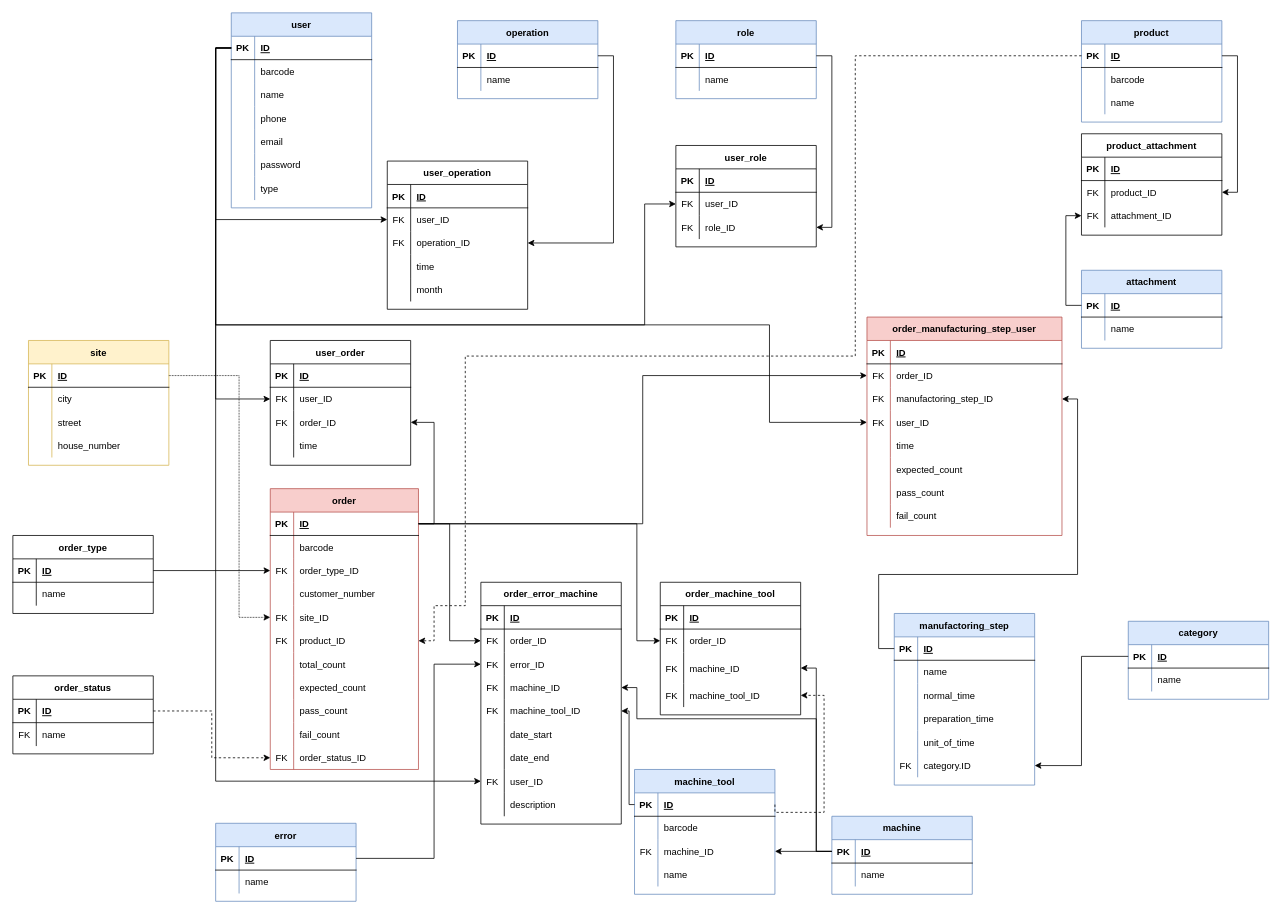
KerteszZoltan/mesterminal keeps this draw.io diagram as DOC/diagrams/database_plan_2_0_0.drawio. Above is the earlier version. Source tidied: cells renumbered, new cells numbered last; positions are measured from the earlier drawing's top-left corner, leaving out a move shared by most shapes. Both pictures are drawn from the tidied source at 78%, with x=0, y=0 at pixel (12, 12).
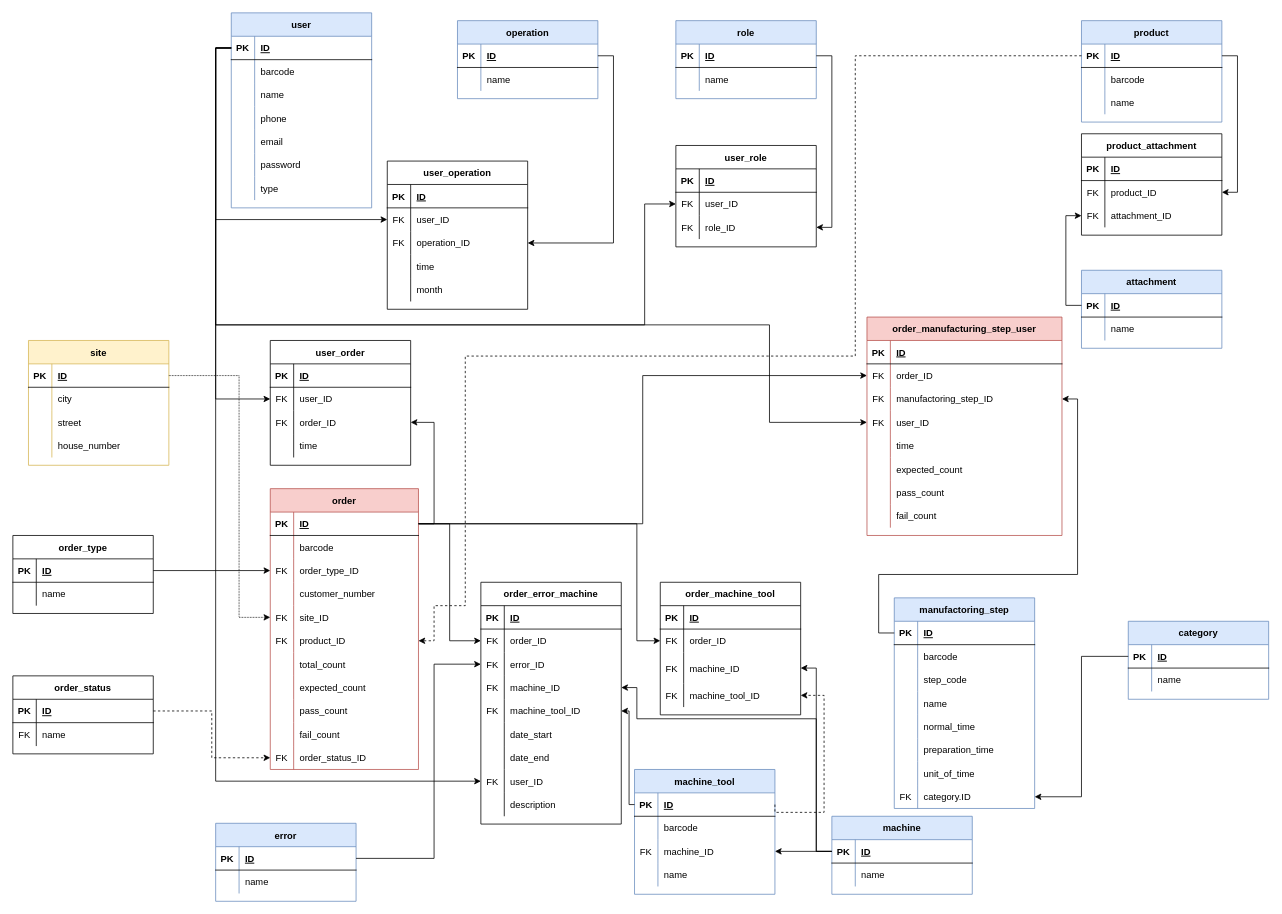
Above is the later version.

Commit message:
manufacturing_step add barcode, step_code

The change refers to these unchanged cells:
```xml
<mxCell id="225" style="shape=partialRectangle;fillColor=none;top=0;left=0;bottom=1;right=0;points=[[0,0.5],[1,0.5]];portConstraint=eastwest;" parent="224" vertex="1">
  <mxGeometry y="30" width="180" height="30" as="geometry" />
</mxCell>
<mxCell id="258" style="shape=partialRectangle;fillColor=none;top=0;left=0;bottom=0;right=0;points=[[0,0.5],[1,0.5]];portConstraint=eastwest;" parent="251" vertex="1">
  <mxGeometry y="90" width="250" height="30" as="geometry" />
</mxCell>
```

Diff of the diagram source:
```diff
@@
     <mxCell id="224" value="manufactoring_step" style="shape=table;startSize=30;childLayout=tableLayout;rowLines=0;fontStyle=1;align=center;fillColor=#dae8fc;strokeColor=#6c8ebf;" parent="1" vertex="1">
-      <mxGeometry x="1130" y="770" width="180" height="220" as="geometry" />
+      <mxGeometry x="1130" y="750" width="180" height="270" as="geometry" />
     </mxCell>
@@
+    <mxCell id="309" style="shape=partialRectangle;fillColor=none;top=0;left=0;bottom=0;right=0;" parent="224" vertex="1">
+      <mxGeometry y="60" width="180" height="30" as="geometry" />
+    </mxCell>
+    <mxCell id="310" style="shape=partialRectangle;fillColor=none;top=0;left=0;bottom=0;right=0;overflow=hidden;" parent="309" vertex="1">
+      <mxGeometry width="30" height="30" as="geometry" />
+    </mxCell>
+    <mxCell id="311" value="barcode" style="shape=partialRectangle;fillColor=none;top=0;left=0;bottom=0;right=0;align=left;spacingLeft=6;overflow=hidden;" parent="309" vertex="1">
+      <mxGeometry x="30" width="150" height="30" as="geometry" />
+    </mxCell>
     <mxCell id="228" style="shape=partialRectangle;fillColor=none;top=0;left=0;bottom=0;right=0;" parent="224" vertex="1">
-      <mxGeometry y="60" width="180" height="30" as="geometry" />
+      <mxGeometry y="90" width="180" height="30" as="geometry" />
     </mxCell>
@@
-    <mxCell id="230" value="name" style="shape=partialRectangle;fillColor=none;top=0;left=0;bottom=0;right=0;align=left;spacingLeft=6;overflow=hidden;" parent="228" vertex="1">
+    <mxCell id="230" value="step_code" style="shape=partialRectangle;fillColor=none;top=0;left=0;bottom=0;right=0;align=left;spacingLeft=6;overflow=hidden;" parent="228" vertex="1">
       <mxGeometry x="30" width="150" height="30" as="geometry" />
     </mxCell>
+    <mxCell id="312" style="shape=partialRectangle;fillColor=none;top=0;left=0;bottom=0;right=0;" parent="224" vertex="1">
+      <mxGeometry y="120" width="180" height="30" as="geometry" />
+    </mxCell>
+    <mxCell id="313" style="shape=partialRectangle;fillColor=none;top=0;left=0;bottom=0;right=0;overflow=hidden;" parent="312" vertex="1">
+      <mxGeometry width="30" height="30" as="geometry" />
+    </mxCell>
+    <mxCell id="314" value="name" style="shape=partialRectangle;fillColor=none;top=0;left=0;bottom=0;right=0;align=left;spacingLeft=6;overflow=hidden;" parent="312" vertex="1">
+      <mxGeometry x="30" width="150" height="30" as="geometry" />
+    </mxCell>
     <mxCell id="231" style="shape=partialRectangle;fillColor=none;top=0;left=0;bottom=0;right=0;" parent="224" vertex="1">
-      <mxGeometry y="90" width="180" height="30" as="geometry" />
+      <mxGeometry y="150" width="180" height="30" as="geometry" />
     </mxCell>
@@
     <mxCell id="234" style="shape=partialRectangle;fillColor=none;top=0;left=0;bottom=0;right=0;" parent="224" vertex="1">
-      <mxGeometry y="120" width="180" height="30" as="geometry" />
+      <mxGeometry y="180" width="180" height="30" as="geometry" />
     </mxCell>
@@
     <mxCell id="237" style="shape=partialRectangle;fillColor=none;top=0;left=0;bottom=0;right=0;" parent="224" vertex="1">
-      <mxGeometry y="150" width="180" height="30" as="geometry" />
+      <mxGeometry y="210" width="180" height="30" as="geometry" />
     </mxCell>
@@
     <mxCell id="240" style="shape=partialRectangle;fillColor=none;top=0;left=0;bottom=0;right=0;points=[[0,0.5],[1,0.5]];portConstraint=eastwest;" parent="224" vertex="1">
-      <mxGeometry y="180" width="180" height="30" as="geometry" />
+      <mxGeometry y="240" width="180" height="30" as="geometry" />
     </mxCell>
@@
     <mxCell id="277" style="edgeStyle=orthogonalEdgeStyle;rounded=0;jettySize=auto;html=1;exitX=0;exitY=0.5;exitDx=0;exitDy=0;entryX=1;entryY=0.5;entryDx=0;entryDy=0;" parent="1" edge="1" source="225" target="258">
       <mxGeometry relative="1" as="geometry">
         <Array as="points">
-          <mxPoint x="1110" y="815" />
+          <mxPoint x="1110" y="795" />
           <mxPoint x="1110" y="720" />
           <mxPoint x="1365" y="720" />
           <mxPoint x="1365" y="495" />
         </Array>
       </mxGeometry>
     </mxCell>
```
